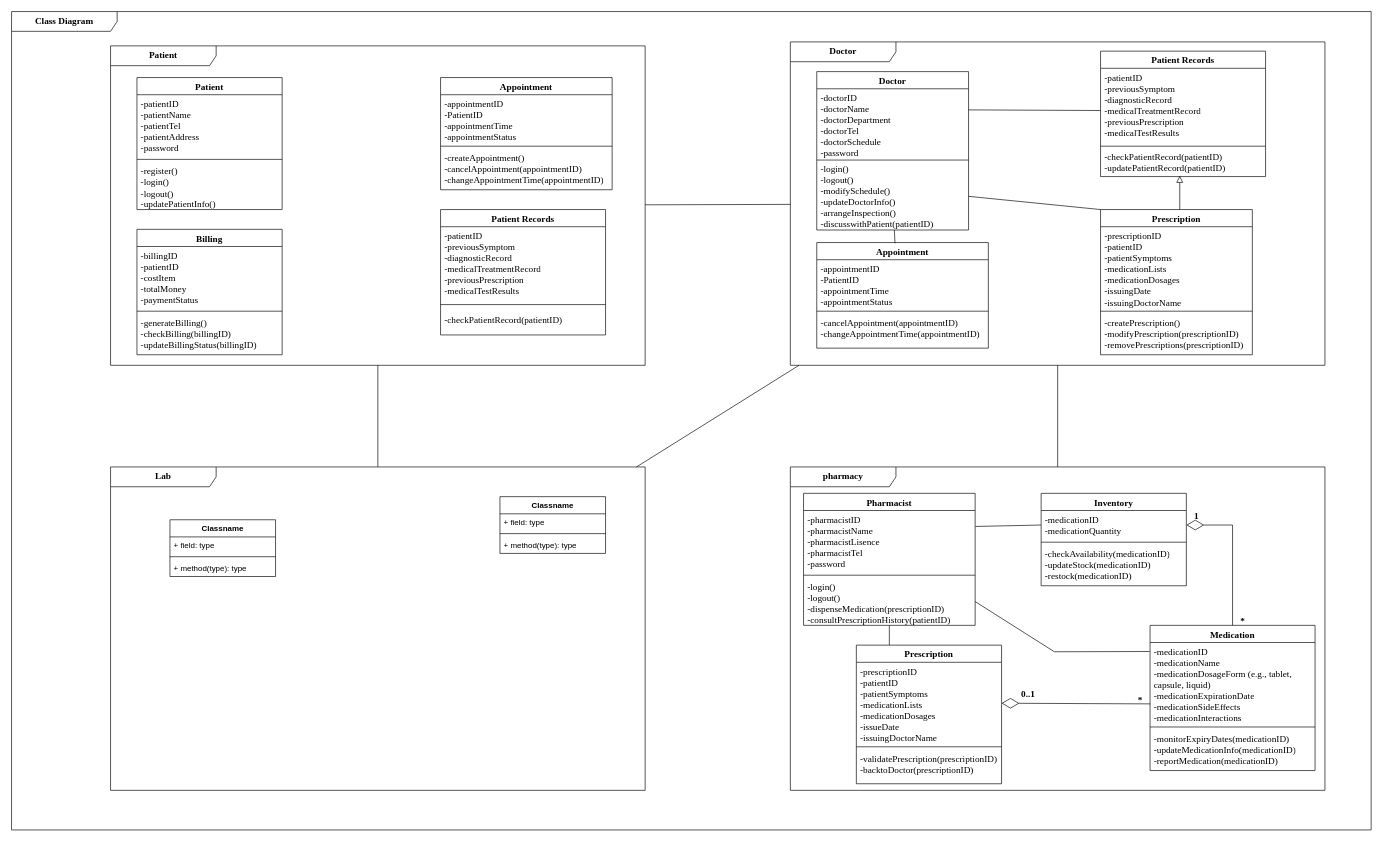
Earlier version of the draw.io diagram Class Diagram.drawio (FOMOKN/Software-Engineering). Source tidied: cells renumbered, new cells numbered last; positions are measured from the earlier drawing's top-left corner, leaving out a move shared by most shapes. Both pictures are drawn from the tidied source at 66%, with x=0, y=0 at pixel (11, 11).
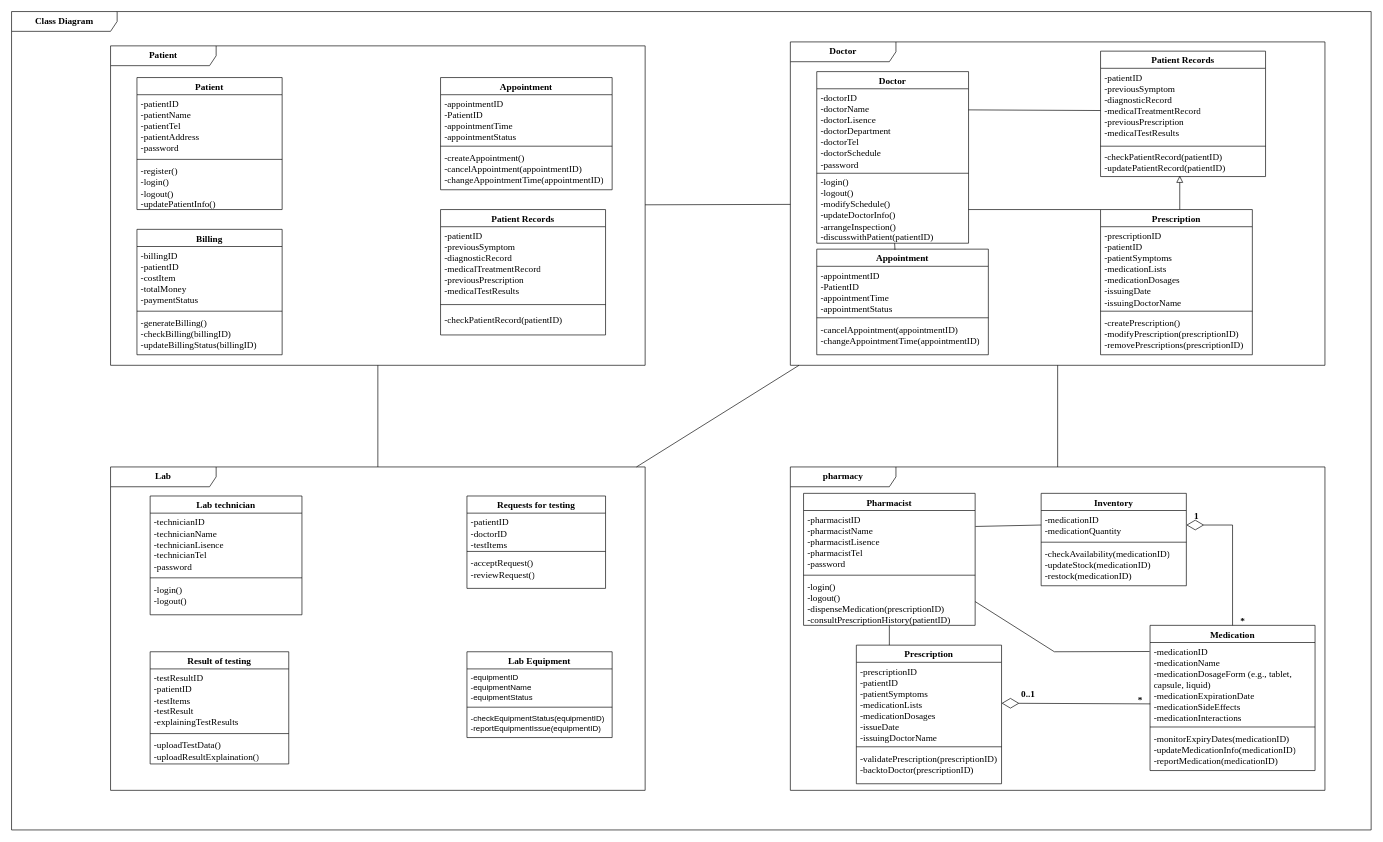
The same diagram, later.

The change refers to these unchanged cells:
```xml
<mxCell id="3" value="&lt;b&gt;&lt;font face=&quot;Times New Roman&quot; style=&quot;font-size: 14px;&quot;&gt;Lab&lt;/font&gt;&lt;/b&gt;" style="shape=umlFrame;whiteSpace=wrap;html=1;width=160;" parent="2" vertex="1">
  <mxGeometry x="150" y="690" width="810" height="490" as="geometry" />
</mxCell>
<mxCell id="25" value="&lt;font style=&quot;font-size: 14px;&quot; face=&quot;Times New Roman&quot;&gt;&lt;b&gt;Doctor&lt;/b&gt;&lt;/font&gt;" style="shape=umlFrame;whiteSpace=wrap;html=1;width=160;" parent="2" vertex="1">
  <mxGeometry x="1180" y="46" width="810" height="490" as="geometry" />
</mxCell>
```

What changed in the source:
```diff
@@
-    <mxCell id="4" value="Classname" style="swimlane;fontStyle=1;align=center;verticalAlign=top;horizontal=1;startSize=26;whiteSpace=wrap;html=1;" parent="3" vertex="1">
-      <mxGeometry x="590" y="45" width="160" height="86" as="geometry" />
+    <mxCell id="4" value="&lt;font style=&quot;font-size: 14px;&quot; face=&quot;Times New Roman&quot;&gt;Requests for testing&lt;/font&gt;" style="swimlane;fontStyle=1;align=center;verticalAlign=top;horizontal=1;startSize=26;whiteSpace=wrap;html=1;" parent="3" vertex="1">
+      <mxGeometry x="540" y="44" width="210" height="140" as="geometry" />
     </mxCell>
-    <mxCell id="5" value="+ field: type" style="text;strokeColor=none;fillColor=none;align=left;verticalAlign=top;spacingLeft=4;spacingRight=4;overflow=hidden;whiteSpace=wrap;html=1;" parent="4" vertex="1">
-      <mxGeometry y="26" width="160" height="26" as="geometry" />
+    <mxCell id="5" value="-patientID&lt;br style=&quot;font-size: 14px;&quot;&gt;-doctorID&lt;br style=&quot;font-size: 14px;&quot;&gt;-testItems" style="text;strokeColor=none;fillColor=none;align=left;verticalAlign=top;spacingLeft=4;spacingRight=4;overflow=hidden;whiteSpace=wrap;html=1;fontFamily=Times New Roman;fontSize=14;" parent="4" vertex="1">
+      <mxGeometry y="26" width="210" height="54" as="geometry" />
     </mxCell>
     <mxCell id="6" style="line;strokeWidth=1;fillColor=none;align=left;verticalAlign=middle;spacingTop=-1;spacingLeft=3;spacingRight=3;labelPosition=right;strokeColor=inherit;" parent="4" vertex="1">
-      <mxGeometry y="52" width="160" height="8" as="geometry" />
+      <mxGeometry y="80" width="210" height="8" as="geometry" />
     </mxCell>
-    <mxCell id="7" value="+ method(type): type" style="text;strokeColor=none;fillColor=none;align=left;verticalAlign=top;spacingLeft=4;spacingRight=4;overflow=hidden;whiteSpace=wrap;html=1;" parent="4" vertex="1">
-      <mxGeometry y="60" width="160" height="26" as="geometry" />
+    <mxCell id="7" value="-acceptRequest()&lt;br style=&quot;font-size: 14px;&quot;&gt;-reviewRequest()" style="text;strokeColor=none;fillColor=none;align=left;verticalAlign=top;spacingLeft=4;spacingRight=4;overflow=hidden;whiteSpace=wrap;html=1;fontFamily=Times New Roman;fontSize=14;" parent="4" vertex="1">
+      <mxGeometry y="88" width="210" height="52" as="geometry" />
     </mxCell>
+    <mxCell id="80" value="&lt;font face=&quot;Times New Roman&quot;&gt;&lt;span style=&quot;font-size: 14px;&quot;&gt;Result of testing&lt;/span&gt;&lt;/font&gt;" style="swimlane;fontStyle=1;align=center;verticalAlign=top;horizontal=1;startSize=26;whiteSpace=wrap;html=1;" parent="3" vertex="1">
+      <mxGeometry x="60" y="280" width="210" height="170" as="geometry" />
+    </mxCell>
+    <mxCell id="81" value="-testResultID&lt;br style=&quot;font-size: 14px;&quot;&gt;-patientID&lt;br&gt;-testItems&lt;br style=&quot;font-size: 14px;&quot;&gt;-testResult&lt;br style=&quot;font-size: 14px;&quot;&gt;-explainingTestResults" style="text;strokeColor=none;fillColor=none;align=left;verticalAlign=top;spacingLeft=4;spacingRight=4;overflow=hidden;whiteSpace=wrap;html=1;fontFamily=Times New Roman;fontSize=14;" parent="80" vertex="1">
+      <mxGeometry y="26" width="210" height="94" as="geometry" />
+    </mxCell>
+    <mxCell id="82" style="line;strokeWidth=1;fillColor=none;align=left;verticalAlign=middle;spacingTop=-1;spacingLeft=3;spacingRight=3;labelPosition=right;strokeColor=inherit;" parent="80" vertex="1">
+      <mxGeometry y="120" width="210" height="8" as="geometry" />
+    </mxCell>
+    <mxCell id="83" value="-uploadTestData()&lt;br&gt;-uploadResultExplaination()" style="text;strokeColor=none;fillColor=none;align=left;verticalAlign=top;spacingLeft=4;spacingRight=4;overflow=hidden;whiteSpace=wrap;html=1;fontFamily=Times New Roman;fontSize=14;" parent="80" vertex="1">
+      <mxGeometry y="128" width="210" height="42" as="geometry" />
+    </mxCell>
+    <mxCell id="84" value="&lt;font style=&quot;font-size: 14px;&quot; face=&quot;Times New Roman&quot;&gt;Lab Equipment&lt;/font&gt;" style="swimlane;fontStyle=1;align=center;verticalAlign=top;horizontal=1;startSize=26;whiteSpace=wrap;html=1;" parent="3" vertex="1">
+      <mxGeometry x="540" y="280" width="220" height="130" as="geometry" />
+    </mxCell>
+    <mxCell id="85" value="-equipmentID&lt;br&gt;-equipmentName&lt;br&gt;-equipmentStatus" style="text;strokeColor=none;fillColor=none;align=left;verticalAlign=top;spacingLeft=4;spacingRight=4;overflow=hidden;whiteSpace=wrap;html=1;" parent="84" vertex="1">
+      <mxGeometry y="26" width="220" height="54" as="geometry" />
+    </mxCell>
+    <mxCell id="86" style="line;strokeWidth=1;fillColor=none;align=left;verticalAlign=middle;spacingTop=-1;spacingLeft=3;spacingRight=3;labelPosition=right;strokeColor=inherit;" parent="84" vertex="1">
+      <mxGeometry y="80" width="220" height="8" as="geometry" />
+    </mxCell>
+    <mxCell id="87" value="-checkEquipmentStatus(equipmentID)&lt;br&gt;-reportEquipmentIssue(equipmentID)" style="text;strokeColor=none;fillColor=none;align=left;verticalAlign=top;spacingLeft=4;spacingRight=4;overflow=hidden;whiteSpace=wrap;html=1;" parent="84" vertex="1">
+      <mxGeometry y="88" width="220" height="42" as="geometry" />
+    </mxCell>
+    <mxCell id="76" value="&lt;font style=&quot;font-size: 14px;&quot; face=&quot;Times New Roman&quot;&gt;Lab technician&lt;/font&gt;" style="swimlane;fontStyle=1;align=center;verticalAlign=top;horizontal=1;startSize=26;whiteSpace=wrap;html=1;" parent="3" vertex="1">
+      <mxGeometry x="60" y="44" width="230" height="180" as="geometry" />
+    </mxCell>
+    <mxCell id="77" value="&lt;font style=&quot;font-size: 14px;&quot; face=&quot;Times New Roman&quot;&gt;&lt;font style=&quot;font-size: 14px;&quot;&gt;-technicianID&lt;br&gt;-technicianName&lt;br&gt;-technicianLisence&lt;br&gt;-&lt;/font&gt;technicianTel&lt;br&gt;&lt;/font&gt;&lt;font style=&quot;font-size: 14px;&quot; face=&quot;Times New Roman&quot;&gt;-password&lt;br&gt;&lt;/font&gt;" style="text;strokeColor=none;fillColor=none;align=left;verticalAlign=top;spacingLeft=4;spacingRight=4;overflow=hidden;whiteSpace=wrap;html=1;" parent="76" vertex="1">
+      <mxGeometry y="26" width="230" height="94" as="geometry" />
+    </mxCell>
+    <mxCell id="78" style="line;strokeWidth=1;fillColor=none;align=left;verticalAlign=middle;spacingTop=-1;spacingLeft=3;spacingRight=3;labelPosition=right;strokeColor=inherit;" parent="76" vertex="1">
+      <mxGeometry y="120" width="230" height="8" as="geometry" />
+    </mxCell>
+    <mxCell id="79" value="-login()&lt;br style=&quot;font-size: 14px;&quot;&gt;-logout()&lt;br style=&quot;font-size: 14px;&quot;&gt;" style="text;strokeColor=none;fillColor=none;align=left;verticalAlign=top;spacingLeft=4;spacingRight=4;overflow=hidden;whiteSpace=wrap;html=1;fontFamily=Times New Roman;fontSize=14;" parent="76" vertex="1">
+      <mxGeometry y="128" width="230" height="52" as="geometry" />
+    </mxCell>
@@
     <mxCell id="26" value="&lt;font style=&quot;font-size: 14px;&quot; face=&quot;Times New Roman&quot;&gt;Doctor&lt;/font&gt;" style="swimlane;fontStyle=1;align=center;verticalAlign=top;horizontal=1;startSize=26;whiteSpace=wrap;html=1;" parent="25" vertex="1">
-      <mxGeometry x="40" y="45" width="230" height="240" as="geometry" />
+      <mxGeometry x="40" y="45" width="230" height="260" as="geometry" />
     </mxCell>
-    <mxCell id="27" value="-doctorID&lt;br style=&quot;font-size: 14px;&quot;&gt;-doctorName&lt;br style=&quot;font-size: 14px;&quot;&gt;-doctorDepartment&lt;br style=&quot;font-size: 14px;&quot;&gt;-doctorTel&lt;br style=&quot;font-size: 14px;&quot;&gt;-doctorSchedule&lt;br&gt;-password" style="text;strokeColor=none;fillColor=none;align=left;verticalAlign=top;spacingLeft=4;spacingRight=4;overflow=hidden;whiteSpace=wrap;html=1;fontFamily=Times New Roman;fontStyle=0;fontSize=14;" parent="26" vertex="1">
-      <mxGeometry y="26" width="230" height="104" as="geometry" />
+    <mxCell id="27" value="-doctorID&lt;br style=&quot;font-size: 14px;&quot;&gt;-doctorName&lt;br&gt;-doctorLisence&lt;br style=&quot;font-size: 14px;&quot;&gt;-doctorDepartment&lt;br style=&quot;font-size: 14px;&quot;&gt;-doctorTel&lt;br style=&quot;font-size: 14px;&quot;&gt;-doctorSchedule&lt;br&gt;-password" style="text;strokeColor=none;fillColor=none;align=left;verticalAlign=top;spacingLeft=4;spacingRight=4;overflow=hidden;whiteSpace=wrap;html=1;fontFamily=Times New Roman;fontStyle=0;fontSize=14;" parent="26" vertex="1">
+      <mxGeometry y="26" width="230" height="124" as="geometry" />
     </mxCell>
     <mxCell id="28" style="line;strokeWidth=1;fillColor=none;align=left;verticalAlign=middle;spacingTop=-1;spacingLeft=3;spacingRight=3;labelPosition=right;strokeColor=inherit;" parent="26" vertex="1">
-      <mxGeometry y="130" width="230" height="8" as="geometry" />
+      <mxGeometry y="150" width="230" height="8" as="geometry" />
     </mxCell>
     <mxCell id="29" value="-login()&lt;br&gt;-logout()&lt;br style=&quot;font-size: 14px;&quot;&gt;-modifySchedule()&lt;br style=&quot;font-size: 14px;&quot;&gt;-updateDoctorInfo()&lt;br style=&quot;font-size: 14px;&quot;&gt;-arrangeInspection()&lt;br&gt;-discusswithPatient(patientID)" style="text;strokeColor=none;fillColor=none;align=left;verticalAlign=middle;spacingLeft=4;spacingRight=4;overflow=hidden;points=[[0,0.5],[1,0.5]];portConstraint=eastwest;whiteSpace=wrap;html=1;fontSize=14;fontFamily=Times New Roman;" parent="26" vertex="1">
-      <mxGeometry y="138" width="230" height="102" as="geometry" />
+      <mxGeometry y="158" width="230" height="102" as="geometry" />
     </mxCell>
     <mxCell id="30" value="&lt;font face=&quot;Times New Roman&quot; style=&quot;font-size: 14px;&quot;&gt;Appointment&lt;/font&gt;" style="swimlane;fontStyle=1;align=center;verticalAlign=top;horizontal=1;startSize=26;whiteSpace=wrap;html=1;" parent="25" vertex="1">
-      <mxGeometry x="40" y="304" width="260" height="160" as="geometry" />
+      <mxGeometry x="40" y="314" width="260" height="160" as="geometry" />
     </mxCell>
@@
-    <mxCell id="76" value="Classname" style="swimlane;fontStyle=1;align=center;verticalAlign=top;horizontal=1;startSize=26;whiteSpace=wrap;html=1;" parent="1" vertex="1">
-      <mxGeometry x="240" y="770" width="160" height="86" as="geometry" />
-    </mxCell>
-    <mxCell id="77" value="+ field: type" style="text;strokeColor=none;fillColor=none;align=left;verticalAlign=top;spacingLeft=4;spacingRight=4;overflow=hidden;whiteSpace=wrap;html=1;" parent="76" vertex="1">
-      <mxGeometry y="26" width="160" height="26" as="geometry" />
-    </mxCell>
-    <mxCell id="78" style="line;strokeWidth=1;fillColor=none;align=left;verticalAlign=middle;spacingTop=-1;spacingLeft=3;spacingRight=3;labelPosition=right;strokeColor=inherit;" parent="76" vertex="1">
-      <mxGeometry y="52" width="160" height="8" as="geometry" />
-    </mxCell>
-    <mxCell id="79" value="+ method(type): type" style="text;strokeColor=none;fillColor=none;align=left;verticalAlign=top;spacingLeft=4;spacingRight=4;overflow=hidden;whiteSpace=wrap;html=1;" parent="76" vertex="1">
-      <mxGeometry y="60" width="160" height="26" as="geometry" />
-    </mxCell>
```
